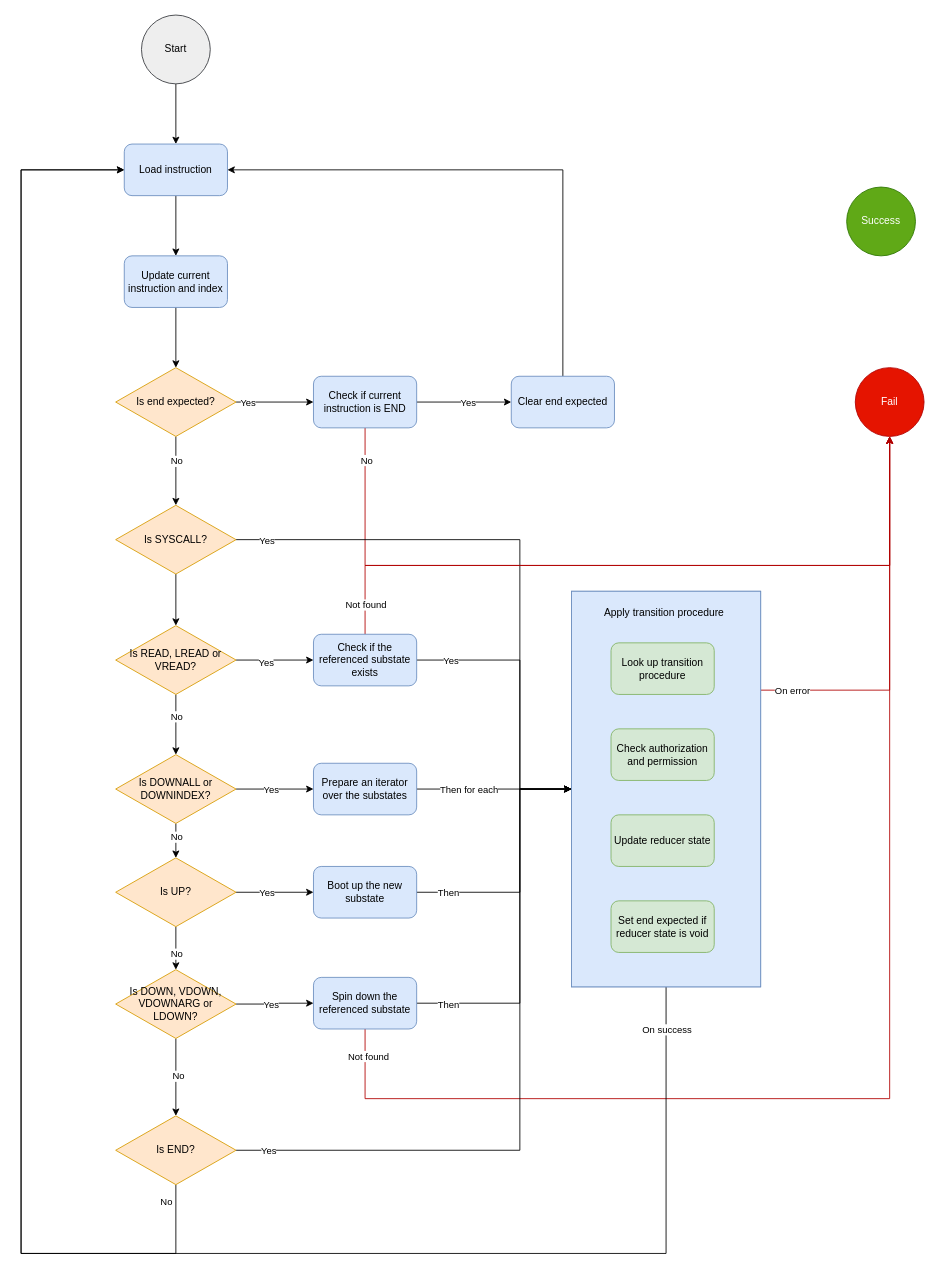
This is docs/transaction-specs/specs/validation_flow.drawio from radixdlt/olympia-node, a draw.io file, before an edit. Source tidied: cells renumbered, new cells numbered last; positions are measured from the earlier drawing's top-left corner, leaving out a move shared by most shapes. Both pictures are drawn from the tidied source at 86%, with x=0, y=0 at pixel (21, 15).
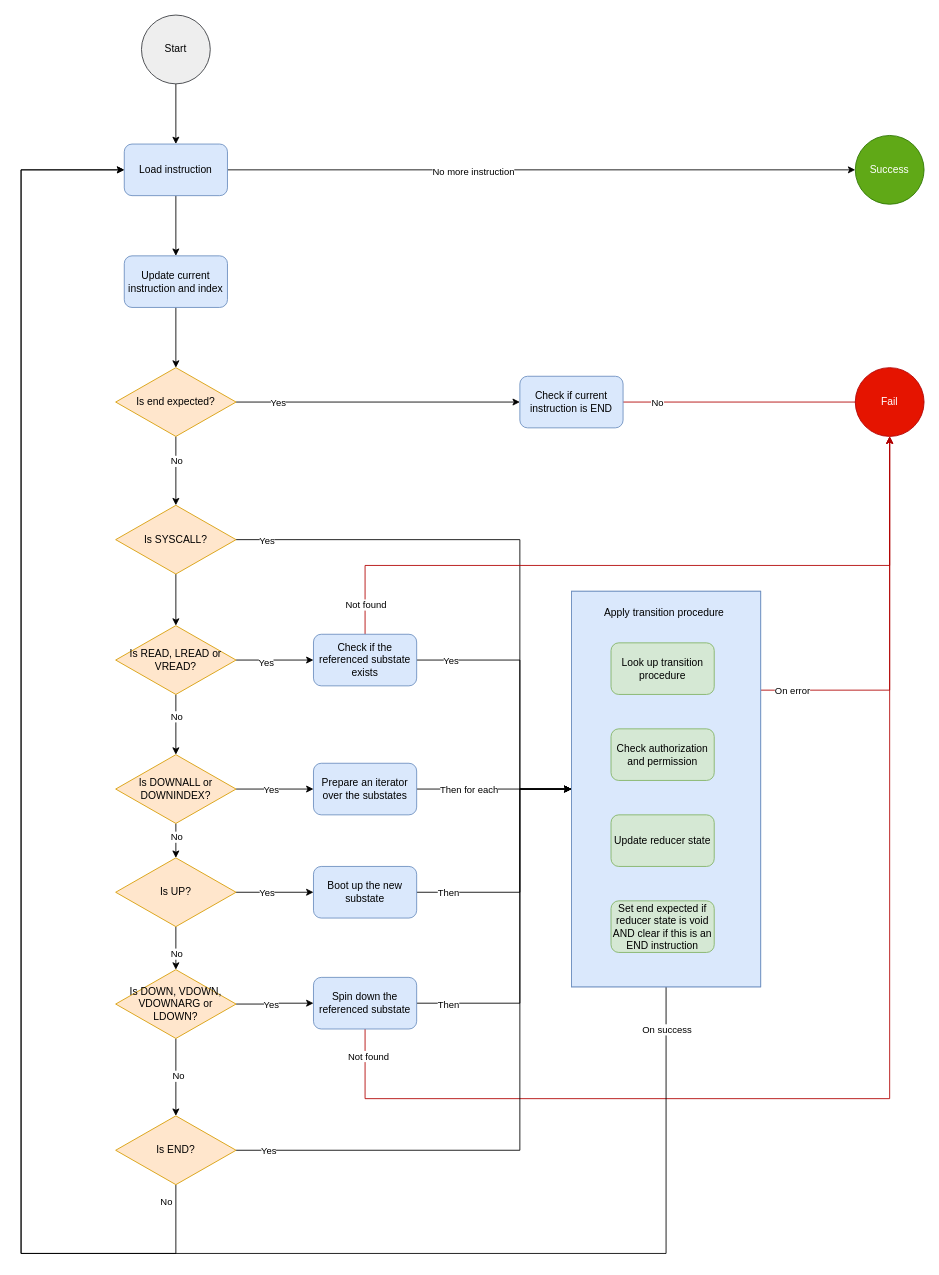
After the change.

Commit message (it also covers changes not shown here):
Update validation flow diagram

The change refers to these unchanged cells:
```xml
<mxCell id="5" value="Load instruction" style="rounded=1;whiteSpace=wrap;html=1;fillColor=#dae8fc;strokeColor=#6c8ebf;" parent="1" vertex="1">
  <mxGeometry x="120" y="150" width="120" height="60" as="geometry" />
</mxCell>
<mxCell id="18" value="Fail" style="ellipse;whiteSpace=wrap;html=1;fillColor=#e51400;strokeColor=#B20000;fontColor=#ffffff;" parent="1" vertex="1">
  <mxGeometry x="970" y="410" width="80" height="80" as="geometry" />
</mxCell>
<mxCell id="68" style="group;fillColor=#dae8fc;strokeColor=#6c8ebf;" parent="1" vertex="1">
  <mxGeometry x="640" y="670" width="220" height="460" as="geometry" />
</mxCell>
```

Diff of the diagram source:
```diff
@@
+    <mxCell id="78" style="edgeStyle=orthogonalEdgeStyle;rounded=0;jettySize=auto;html=1;exitX=1;exitY=0.5;exitDx=0;exitDy=0;entryX=0;entryY=0.5;entryDx=0;entryDy=0;" parent="1" edge="1" source="5" target="77">
+      <mxGeometry relative="1" as="geometry" />
+    </mxCell>
+    <mxCell id="79" value="No more instruction" style="edgeLabel;html=1;align=center;verticalAlign=middle;" parent="78" vertex="1">
+      <mxGeometry x="-0.22" y="-2" relative="1" as="geometry" />
+    </mxCell>
@@
-    <mxCell id="13" style="edgeStyle=orthogonalEdgeStyle;rounded=0;jettySize=auto;html=1;exitX=1;exitY=0.5;exitDx=0;exitDy=0;entryX=0;entryY=0.5;entryDx=0;entryDy=0;" parent="1" edge="1" source="17" target="76">
-      <mxGeometry relative="1" as="geometry" />
-    </mxCell>
-    <mxCell id="14" value="Yes" style="edgeLabel;html=1;align=center;verticalAlign=middle;" parent="13" vertex="1">
-      <mxGeometry x="-0.74" relative="1" as="geometry">
-        <mxPoint x="45" as="offset" />
-      </mxGeometry>
-    </mxCell>
-    <mxCell id="15" style="edgeStyle=orthogonalEdgeStyle;rounded=0;jettySize=auto;html=1;exitX=0.5;exitY=1;exitDx=0;exitDy=0;entryX=0.5;entryY=1;entryDx=0;entryDy=0;fillColor=#e51400;strokeColor=#B20000;" parent="1" edge="1" source="17" target="18">
+    <mxCell id="15" style="edgeStyle=orthogonalEdgeStyle;rounded=0;jettySize=auto;html=1;exitX=1;exitY=0.5;exitDx=0;exitDy=0;entryX=0.5;entryY=1;entryDx=0;entryDy=0;fillColor=#e51400;strokeColor=#B20000;" parent="1" edge="1" source="17" target="18">
       <mxGeometry relative="1" as="geometry">
         <Array as="points">
-          <mxPoint x="400" y="640" />
-          <mxPoint x="1010" y="640" />
+          <mxPoint x="1010" y="450" />
         </Array>
       </mxGeometry>
     </mxCell>
     <mxCell id="16" value="No" style="edgeLabel;html=1;align=center;verticalAlign=middle;" parent="15" vertex="1">
-      <mxGeometry x="-0.92" y="1" relative="1" as="geometry" />
+      <mxGeometry x="-0.92" y="1" relative="1" as="geometry">
+        <mxPoint x="25" y="1" as="offset" />
+      </mxGeometry>
     </mxCell>
     <mxCell id="17" value="Check if current instruction is END" style="rounded=1;whiteSpace=wrap;html=1;fillColor=#dae8fc;strokeColor=#6c8ebf;" parent="1" vertex="1">
-      <mxGeometry x="340" y="420" width="120" height="60" as="geometry" />
+      <mxGeometry x="580" y="420" width="120" height="60" as="geometry" />
     </mxCell>
@@
+    <mxCell id="77" value="Success" style="ellipse;whiteSpace=wrap;html=1;fillColor=#60a917;strokeColor=#2D7600;fontColor=#ffffff;" parent="1" vertex="1">
+      <mxGeometry x="970" y="140" width="80" height="80" as="geometry" />
+    </mxCell>
-    <mxCell id="69" style="rounded=0;whiteSpace=wrap;html=1;fillColor=#dae8fc;strokeColor=#6c8ebf;" parent="68" vertex="1">
-      <mxGeometry width="220" height="460" as="geometry" />
+    <mxCell id="69" style="rounded=0;whiteSpace=wrap;html=1;fillColor=#dae8fc;strokeColor=#6c8ebf;" parent="1" vertex="1">
+      <mxGeometry x="640" y="670" width="220" height="460" as="geometry" />
     </mxCell>
-    <mxCell id="70" value="Look up transition procedure" style="rounded=1;whiteSpace=wrap;html=1;fillColor=#d5e8d4;strokeColor=#82b366;" parent="68" vertex="1">
-      <mxGeometry x="46" y="60" width="120" height="60" as="geometry" />
+    <mxCell id="70" value="Look up transition procedure" style="rounded=1;whiteSpace=wrap;html=1;fillColor=#d5e8d4;strokeColor=#82b366;" parent="1" vertex="1">
+      <mxGeometry x="686" y="730" width="120" height="60" as="geometry" />
     </mxCell>
-    <mxCell id="71" value="Check authorization and permission" style="rounded=1;whiteSpace=wrap;html=1;fillColor=#d5e8d4;strokeColor=#82b366;" parent="68" vertex="1">
-      <mxGeometry x="46" y="160" width="120" height="60" as="geometry" />
+    <mxCell id="71" value="Check authorization and permission" style="rounded=1;whiteSpace=wrap;html=1;fillColor=#d5e8d4;strokeColor=#82b366;" parent="1" vertex="1">
+      <mxGeometry x="686" y="830" width="120" height="60" as="geometry" />
     </mxCell>
-    <mxCell id="72" value="Update reducer state" style="rounded=1;whiteSpace=wrap;html=1;fillColor=#d5e8d4;strokeColor=#82b366;" parent="68" vertex="1">
-      <mxGeometry x="46" y="260" width="120" height="60" as="geometry" />
+    <mxCell id="72" value="Update reducer state" style="rounded=1;whiteSpace=wrap;html=1;fillColor=#d5e8d4;strokeColor=#82b366;" parent="1" vertex="1">
+      <mxGeometry x="686" y="930" width="120" height="60" as="geometry" />
     </mxCell>
-    <mxCell id="73" value="Set end expected if reducer state is void" style="rounded=1;whiteSpace=wrap;html=1;fillColor=#d5e8d4;strokeColor=#82b366;" parent="68" vertex="1">
-      <mxGeometry x="46" y="360" width="120" height="60" as="geometry" />
+    <mxCell id="73" value="Set end expected if reducer state is void AND clear if this is an END instruction" style="rounded=1;whiteSpace=wrap;html=1;fillColor=#d5e8d4;strokeColor=#82b366;" parent="1" vertex="1">
+      <mxGeometry x="686" y="1030" width="120" height="60" as="geometry" />
     </mxCell>
-    <mxCell id="74" value="Apply transition procedure" style="text;html=1;strokeColor=none;fillColor=none;align=center;verticalAlign=middle;whiteSpace=wrap;rounded=0;" parent="68" vertex="1">
-      <mxGeometry x="16" y="15" width="184" height="20" as="geometry" />
+    <mxCell id="74" value="Apply transition procedure" style="text;html=1;strokeColor=none;fillColor=none;align=center;verticalAlign=middle;whiteSpace=wrap;rounded=0;" parent="1" vertex="1">
+      <mxGeometry x="656" y="685" width="184" height="20" as="geometry" />
     </mxCell>
-    <mxCell id="75" style="edgeStyle=orthogonalEdgeStyle;rounded=0;jettySize=auto;html=1;exitX=0.5;exitY=0;exitDx=0;exitDy=0;entryX=1;entryY=0.5;entryDx=0;entryDy=0;" parent="1" edge="1" source="76" target="5">
-      <mxGeometry relative="1" as="geometry" />
-    </mxCell>
-    <mxCell id="76" value="Clear end expected" style="rounded=1;whiteSpace=wrap;html=1;fillColor=#dae8fc;strokeColor=#6c8ebf;" parent="1" vertex="1">
-      <mxGeometry x="570" y="420" width="120" height="60" as="geometry" />
-    </mxCell>
-    <mxCell id="77" value="Success" style="ellipse;whiteSpace=wrap;html=1;fillColor=#60a917;strokeColor=#2D7600;fontColor=#ffffff;" parent="1" vertex="1">
-      <mxGeometry x="960" y="200" width="80" height="80" as="geometry" />
-    </mxCell>
```
